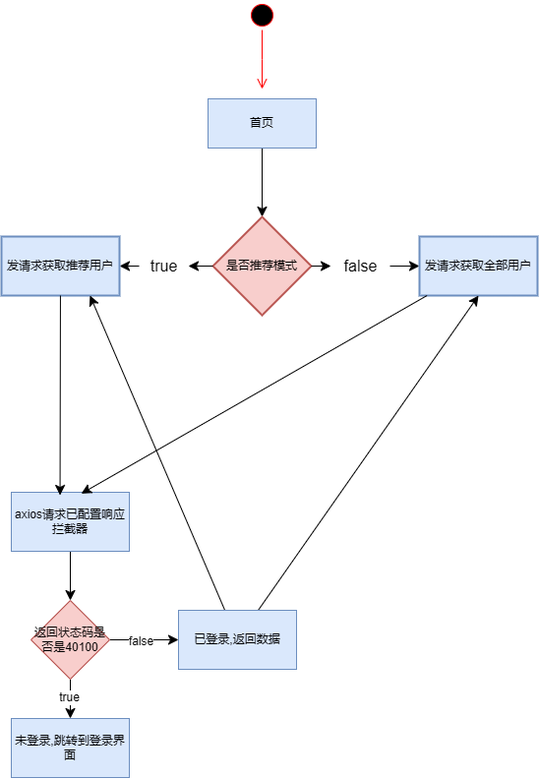
This is 觅知音.drawio.png from calmthinke/notePic, a draw.io export, as it was before one commit. Source tidied: cells renumbered, new cells last; positions are measured from the earlier drawing's top-left corner, leaving out a move shared by most shapes.
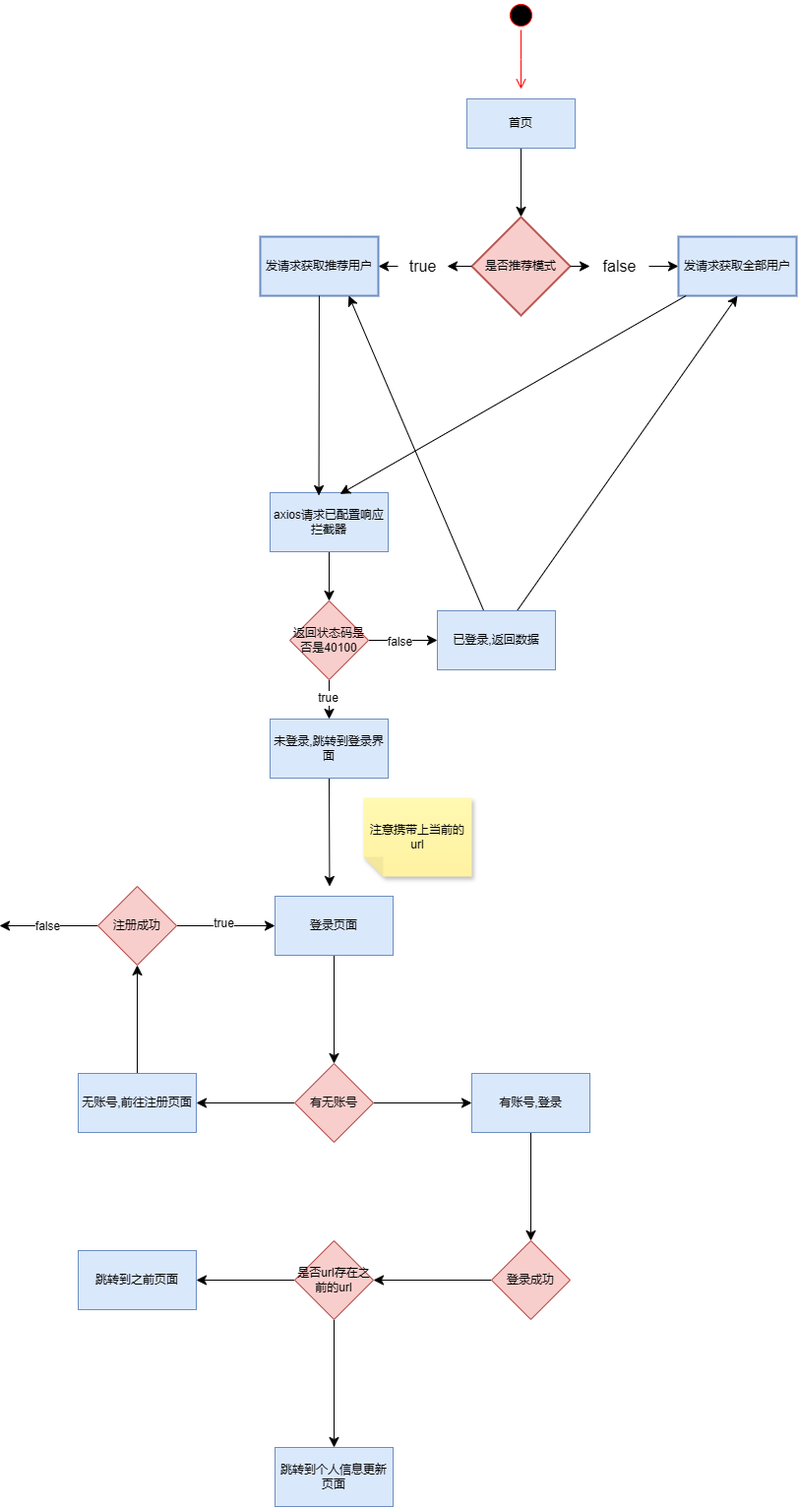
The same diagram one commit later.

Commit message:
更新觅知音.drawio.png

The edit, as a diff of the source:
```diff
@@ -73,6 +73,11 @@
     <mxCell id="24" value="已登录,返回数据" style="whiteSpace=wrap;html=1;rounded=0;fillColor=#dae8fc;strokeColor=#6c8ebf;" parent="1" vertex="1">
       <mxGeometry x="180" y="620" width="120" height="60" as="geometry" />
     </mxCell>
+    <mxCell id="28" style="edgeStyle=none;curved=1;rounded=0;jettySize=auto;html=1;exitX=0.5;exitY=1;exitDx=0;exitDy=0;fontSize=12;startSize=8;endSize=8;" parent="1" edge="1" source="25">
+      <mxGeometry relative="1" as="geometry">
+        <mxPoint x="70.5" y="900" as="targetPoint" />
+      </mxGeometry>
+    </mxCell>
     <mxCell id="25" value="未登录,跳转到登录界面" style="whiteSpace=wrap;html=1;rounded=0;fillColor=#dae8fc;strokeColor=#6c8ebf;" parent="1" vertex="1">
       <mxGeometry x="10" y="730" width="120" height="60" as="geometry" />
     </mxCell>
@@ -82,5 +87,73 @@
     <mxCell id="27" style="edgeStyle=none;curved=1;rounded=0;jettySize=auto;html=1;entryX=0.413;entryY=0.05;entryDx=0;entryDy=0;entryPerimeter=0;fontSize=12;startSize=8;endSize=8;" parent="1" edge="1" source="10" target="16">
       <mxGeometry relative="1" as="geometry" />
     </mxCell>
+    <mxCell id="29" style="edgeStyle=none;curved=1;rounded=0;jettySize=auto;html=1;fontSize=12;startSize=8;endSize=8;" parent="1" edge="1" source="30" target="33">
+      <mxGeometry relative="1" as="geometry" />
+    </mxCell>
+    <mxCell id="30" value="登录页面" style="rounded=0;whiteSpace=wrap;html=1;fillColor=#dae8fc;strokeColor=#6c8ebf;" parent="1" vertex="1">
+      <mxGeometry x="15" y="910" width="120" height="60" as="geometry" />
+    </mxCell>
+    <mxCell id="31" style="edgeStyle=none;curved=1;rounded=0;jettySize=auto;html=1;fontSize=12;startSize=8;endSize=8;" parent="1" edge="1" source="33" target="35">
+      <mxGeometry relative="1" as="geometry" />
+    </mxCell>
+    <mxCell id="32" style="edgeStyle=none;curved=1;rounded=0;jettySize=auto;html=1;fontSize=12;startSize=8;endSize=8;" parent="1" edge="1" source="33" target="37">
+      <mxGeometry relative="1" as="geometry" />
+    </mxCell>
+    <mxCell id="33" value="有无账号" style="rhombus;whiteSpace=wrap;html=1;rounded=0;fillColor=#f8cecc;strokeColor=#b85450;" parent="1" vertex="1">
+      <mxGeometry x="35" y="1080" width="80" height="80" as="geometry" />
+    </mxCell>
+    <mxCell id="34" style="edgeStyle=none;curved=1;rounded=0;jettySize=auto;html=1;fontSize=12;startSize=8;endSize=8;" parent="1" edge="1" source="35" target="44">
+      <mxGeometry relative="1" as="geometry" />
+    </mxCell>
+    <mxCell id="35" value="有账号,登录" style="whiteSpace=wrap;html=1;rounded=0;fillColor=#dae8fc;strokeColor=#6c8ebf;" parent="1" vertex="1">
+      <mxGeometry x="215" y="1090" width="120" height="60" as="geometry" />
+    </mxCell>
+    <mxCell id="36" style="edgeStyle=none;curved=1;rounded=0;jettySize=auto;html=1;fontSize=12;startSize=8;endSize=8;" parent="1" edge="1" source="37" target="42">
+      <mxGeometry relative="1" as="geometry" />
+    </mxCell>
+    <mxCell id="37" value="无账号,前往注册页面" style="whiteSpace=wrap;html=1;rounded=0;fillColor=#dae8fc;strokeColor=#6c8ebf;" parent="1" vertex="1">
+      <mxGeometry x="-185" y="1090" width="120" height="60" as="geometry" />
+    </mxCell>
+    <mxCell id="38" style="edgeStyle=none;curved=1;rounded=0;jettySize=auto;html=1;fontSize=12;startSize=8;endSize=8;" parent="1" edge="1" source="42" target="30">
+      <mxGeometry relative="1" as="geometry" />
+    </mxCell>
+    <mxCell id="39" value="true" style="edgeLabel;html=1;align=center;verticalAlign=middle;fontSize=12;" parent="38" vertex="1">
+      <mxGeometry x="-0.06" y="3" relative="1" as="geometry" />
+    </mxCell>
+    <mxCell id="40" style="edgeStyle=none;curved=1;rounded=0;jettySize=auto;html=1;fontSize=12;startSize=8;endSize=8;" parent="1" edge="1" source="42">
+      <mxGeometry relative="1" as="geometry">
+        <mxPoint x="-265" y="940" as="targetPoint" />
+      </mxGeometry>
+    </mxCell>
+    <mxCell id="41" value="false" style="edgeLabel;html=1;align=center;verticalAlign=middle;fontSize=12;" parent="40" vertex="1">
+      <mxGeometry x="0.03" relative="1" as="geometry" />
+    </mxCell>
+    <mxCell id="42" value="注册成功" style="rhombus;whiteSpace=wrap;html=1;rounded=0;fillColor=#f8cecc;strokeColor=#b85450;" parent="1" vertex="1">
+      <mxGeometry x="-165" y="900" width="80" height="80" as="geometry" />
+    </mxCell>
+    <mxCell id="43" style="edgeStyle=none;curved=1;rounded=0;jettySize=auto;html=1;fontSize=12;startSize=8;endSize=8;" parent="1" edge="1" source="44" target="47">
+      <mxGeometry relative="1" as="geometry" />
+    </mxCell>
+    <mxCell id="44" value="登录成功" style="rhombus;whiteSpace=wrap;html=1;rounded=0;fillColor=#f8cecc;strokeColor=#b85450;" parent="1" vertex="1">
+      <mxGeometry x="235" y="1260" width="80" height="80" as="geometry" />
+    </mxCell>
+    <mxCell id="45" style="edgeStyle=none;curved=1;rounded=0;jettySize=auto;html=1;fontSize=12;startSize=8;endSize=8;" parent="1" edge="1" source="47" target="49">
+      <mxGeometry relative="1" as="geometry" />
+    </mxCell>
+    <mxCell id="46" style="edgeStyle=none;curved=1;rounded=0;jettySize=auto;html=1;fontSize=12;startSize=8;endSize=8;" parent="1" edge="1" source="47" target="50">
+      <mxGeometry relative="1" as="geometry" />
+    </mxCell>
+    <mxCell id="47" value="是否url存在之前的url" style="rhombus;whiteSpace=wrap;html=1;rounded=0;fillColor=#f8cecc;strokeColor=#b85450;" parent="1" vertex="1">
+      <mxGeometry x="35" y="1260" width="80" height="80" as="geometry" />
+    </mxCell>
+    <mxCell id="48" value="注意携带上当前的url" style="shape=note;whiteSpace=wrap;html=1;backgroundOutline=1;fontColor=#000000;darkOpacity=0.05;fillColor=#FFF9B2;strokeColor=none;fillStyle=solid;direction=west;gradientDirection=north;gradientColor=#FFF2A1;shadow=1;size=20;" parent="1" vertex="1">
+      <mxGeometry x="105" y="810" width="110" height="80" as="geometry" />
+    </mxCell>
+    <mxCell id="49" value="跳转到之前页面" style="whiteSpace=wrap;html=1;rounded=0;fillColor=#dae8fc;strokeColor=#6c8ebf;" parent="1" vertex="1">
+      <mxGeometry x="-185" y="1270" width="120" height="60" as="geometry" />
+    </mxCell>
+    <mxCell id="50" value="跳转到个人信息更新页面" style="whiteSpace=wrap;html=1;rounded=0;fillColor=#dae8fc;strokeColor=#6c8ebf;" parent="1" vertex="1">
+      <mxGeometry x="15" y="1470" width="120" height="60" as="geometry" />
+    </mxCell>
   </root>
 </mxGraphModel>
```
